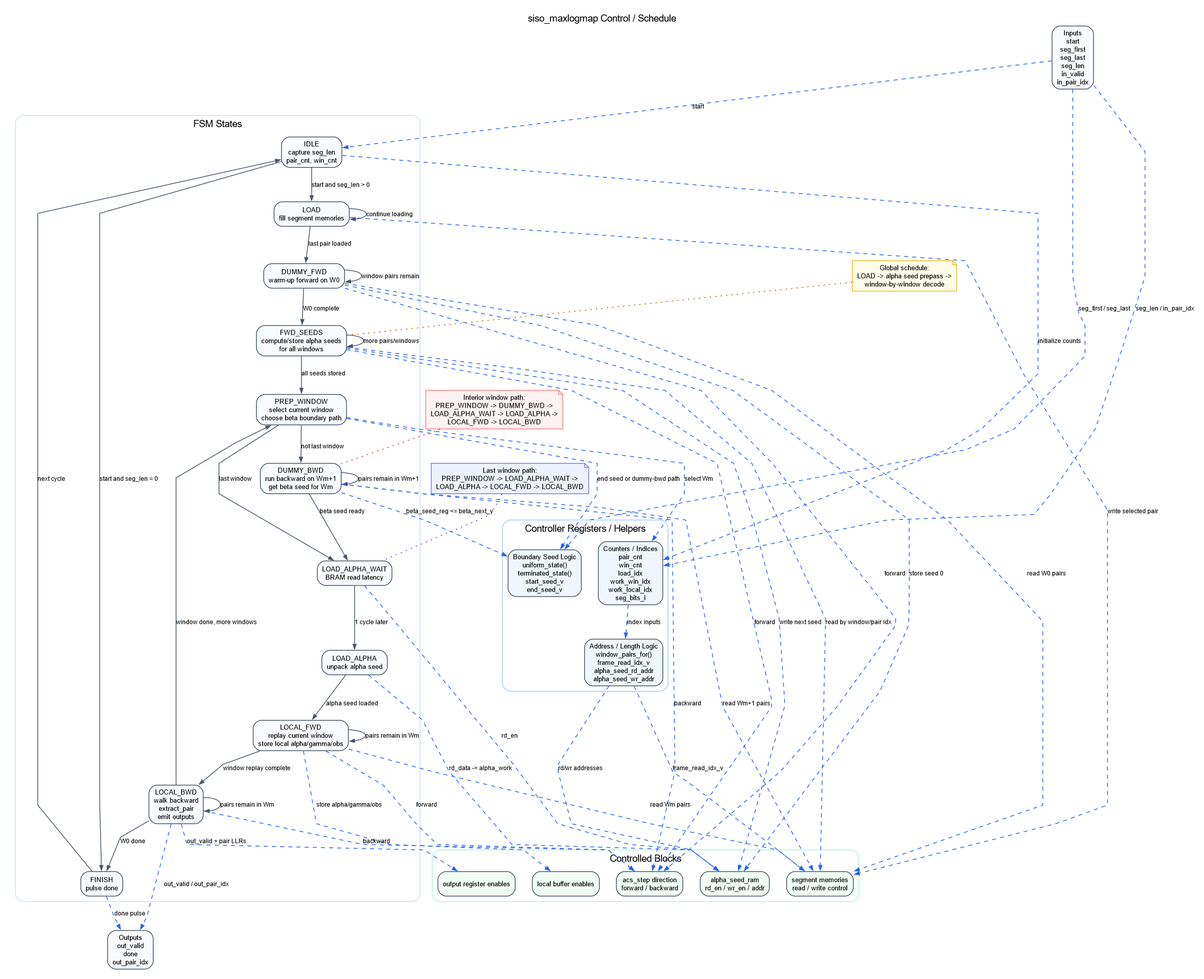
Before: architecture_exports/siso_maxlogmap/SISO_MAXLOGMAP_CONTROL.png, a diagram exported from Graphviz (HarshithaModekurty/Parallel-Turbo-Decoder-ASIC-for-3GPP-LTE). Its source is kept beside it as architecture_exports/siso_maxlogmap/SISO_MAXLOGMAP_CONTROL.dot. Its diagram source:
```dot
digraph siso_maxlogmap_control {
  graph [
    rankdir=TB,
    splines=polyline,
    nodesep=0.35,
    ranksep=0.55,
    pad=0.2,
    bgcolor="white",
    fontname="Helvetica",
    labelloc="t",
    label="siso_maxlogmap Control / Schedule"
  ];

  node [
    shape=box,
    style="rounded,filled",
    fillcolor="white",
    color="#334155",
    fontname="Helvetica",
    fontsize=10,
    margin="0.10,0.06"
  ];

  edge [
    color="#475569",
    arrowsize=0.7,
    penwidth=1.1,
    fontname="Helvetica",
    fontsize=9
  ];

  ctrl_in [label="Inputs\nstart\nseg_first\nseg_last\nseg_len\nin_valid\nin_pair_idx", fillcolor="#F8FAFC"];
  done_out [label="Outputs\nout_valid\ndone\nout_pair_idx", fillcolor="#F8FAFC"];

  subgraph cluster_ctrl {
    label="Controller Registers / Helpers";
    color="#93C5FD";
    style="rounded";

    idxs [label="Counters / Indices\npair_cnt\nwin_cnt\nload_idx\nwork_win_idx\nwork_local_idx\nseg_bits_i", fillcolor="#EFF6FF"];
    boundary [label="Boundary Seed Logic\nuniform_state()\nterminated_state()\nstart_seed_v\nend_seed_v", fillcolor="#EFF6FF"];
    addrgen [label="Address / Length Logic\nwindow_pairs_for()\nframe_read_idx_v\nalpha_seed_rd_addr\nalpha_seed_wr_addr", fillcolor="#EFF6FF"];
  }

  subgraph cluster_states {
    label="FSM States";
    color="#BFDBFE";
    style="rounded";

    idle [label="IDLE\ncapture seg_len\npair_cnt, win_cnt", fillcolor="#F8FBFF"];
    load [label="LOAD\nfill segment memories", fillcolor="#F8FBFF"];
    dummy_fwd [label="DUMMY_FWD\nwarm-up forward on W0", fillcolor="#F8FBFF"];
    fwd_seeds [label="FWD_SEEDS\ncompute/store alpha seeds\nfor all windows", fillcolor="#F8FBFF"];
    prep_window [label="PREP_WINDOW\nselect current window\nchoose beta boundary path", fillcolor="#F8FBFF"];
    dummy_bwd [label="DUMMY_BWD\nrun backward on Wm+1\nget beta seed for Wm", fillcolor="#F8FBFF"];
    load_alpha_wait [label="LOAD_ALPHA_WAIT\nBRAM read latency", fillcolor="#F8FBFF"];
    load_alpha [label="LOAD_ALPHA\nunpack alpha seed", fillcolor="#F8FBFF"];
    local_fwd [label="LOCAL_FWD\nreplay current window\nstore local alpha/gamma/obs", fillcolor="#F8FBFF"];
    local_bwd [label="LOCAL_BWD\nwalk backward\nextract_pair\nemit outputs", fillcolor="#F8FBFF"];
    finish [label="FINISH\npulse done", fillcolor="#F8FBFF"];
  }

  subgraph cluster_actions {
    label="Controlled Blocks";
    color="#A7F3D0";
    style="rounded";

    frame_mem [label="segment memories\nread / write control", fillcolor="#F0FDF4"];
    alpha_seed_ram [label="alpha_seed_ram\nrd_en / wr_en / addr", fillcolor="#F0FDF4"];
    acs_dir [label="acs_step direction\nforward / backward", fillcolor="#F0FDF4"];
    local_buf [label="local buffer enables", fillcolor="#F0FDF4"];
    out_ctrl [label="output register enables", fillcolor="#F0FDF4"];
  }

  note0 [shape=note, fillcolor="#FEFCE8", color="#EAB308", label="Global schedule:\nLOAD -> alpha seed prepass ->\nwindow-by-window decode"];
  note1 [shape=note, fillcolor="#FEF2F2", color="#F87171", label="Interior window path:\nPREP_WINDOW -> DUMMY_BWD ->\nLOAD_ALPHA_WAIT -> LOAD_ALPHA ->\nLOCAL_FWD -> LOCAL_BWD"];
  note2 [shape=note, fillcolor="#EEF2FF", color="#6366F1", label="Last window path:\nPREP_WINDOW -> LOAD_ALPHA_WAIT ->\nLOAD_ALPHA -> LOCAL_FWD -> LOCAL_BWD"];

  ctrl_in -> idle [style=dashed, color="#2563EB", label="start"];
  ctrl_in -> boundary [style=dashed, color="#2563EB", label="seg_first / seg_last"];
  ctrl_in -> idxs [style=dashed, color="#2563EB", label="seg_len / in_pair_idx"];

  idle -> load [label="start and seg_len > 0"];
  idle -> finish [label="start and seg_len = 0"];
  load -> load [label="continue loading"];
  load -> dummy_fwd [label="last pair loaded"];
  dummy_fwd -> dummy_fwd [label="window pairs remain"];
  dummy_fwd -> fwd_seeds [label="W0 complete"];
  fwd_seeds -> fwd_seeds [label="more pairs/windows"];
  fwd_seeds -> prep_window [label="all seeds stored"];
  prep_window -> dummy_bwd [label="not last window"];
  prep_window -> load_alpha_wait [label="last window"];
  dummy_bwd -> dummy_bwd [label="pairs remain in Wm+1"];
  dummy_bwd -> load_alpha_wait [label="beta seed ready"];
  load_alpha_wait -> load_alpha [label="1 cycle later"];
  load_alpha -> local_fwd [label="alpha seed loaded"];
  local_fwd -> local_fwd [label="pairs remain in Wm"];
  local_fwd -> local_bwd [label="window replay complete"];
  local_bwd -> local_bwd [label="pairs remain in Wm"];
  local_bwd -> prep_window [label="window done, more windows"];
  local_bwd -> finish [label="W0 done"];
  finish -> idle [label="next cycle"];

  idle -> idxs [style=dashed, color="#2563EB", label="initialize counts"];
  load -> frame_mem [style=dashed, color="#2563EB", label="write selected pair"];
  dummy_fwd -> frame_mem [style=dashed, color="#2563EB", label="read W0 pairs"];
  dummy_fwd -> acs_dir [style=dashed, color="#2563EB", label="forward"];
  dummy_fwd -> alpha_seed_ram [style=dashed, color="#2563EB", label="store seed 0"];

  fwd_seeds -> frame_mem [style=dashed, color="#2563EB", label="read by window/pair idx"];
  fwd_seeds -> acs_dir [style=dashed, color="#2563EB", label="forward"];
  fwd_seeds -> alpha_seed_ram [style=dashed, color="#2563EB", label="write next seed"];

  prep_window -> idxs [style=dashed, color="#2563EB", label="select Wm"];
  prep_window -> boundary [style=dashed, color="#2563EB", label="end seed or dummy-bwd path"];
  dummy_bwd -> frame_mem [style=dashed, color="#2563EB", label="read Wm+1 pairs"];
  dummy_bwd -> acs_dir [style=dashed, color="#2563EB", label="backward"];
  dummy_bwd -> boundary [style=dashed, color="#2563EB", label="beta_seed_reg <= beta_next_v"];

  load_alpha_wait -> alpha_seed_ram [style=dashed, color="#2563EB", label="rd_en"];
  load_alpha -> alpha_seed_ram [style=dashed, color="#2563EB", label="rd_data -> alpha_work"];

  local_fwd -> frame_mem [style=dashed, color="#2563EB", label="read Wm pairs"];
  local_fwd -> acs_dir [style=dashed, color="#2563EB", label="forward"];
  local_fwd -> local_buf [style=dashed, color="#2563EB", label="store alpha/gamma/obs"];

  local_bwd -> acs_dir [style=dashed, color="#2563EB", label="backward"];
  local_bwd -> out_ctrl [style=dashed, color="#2563EB", label="out_valid + pair LLRs"];
  finish -> done_out [style=dashed, color="#2563EB", label="done pulse"];
  local_bwd -> done_out [style=dashed, color="#2563EB", label="out_valid / out_pair_idx"];

  idxs -> addrgen [style=dashed, color="#2563EB", label="index inputs"];
  addrgen -> frame_mem [style=dashed, color="#2563EB", label="frame_read_idx_v"];
  addrgen -> alpha_seed_ram [style=dashed, color="#2563EB", label="rd/wr addresses"];

  note0 -> fwd_seeds [style=dotted, arrowhead=none, color="#A16207"];
  note1 -> dummy_bwd [style=dotted, arrowhead=none, color="#DC2626"];
  note2 -> load_alpha_wait [style=dotted, arrowhead=none, color="#4F46E5"];
}
```
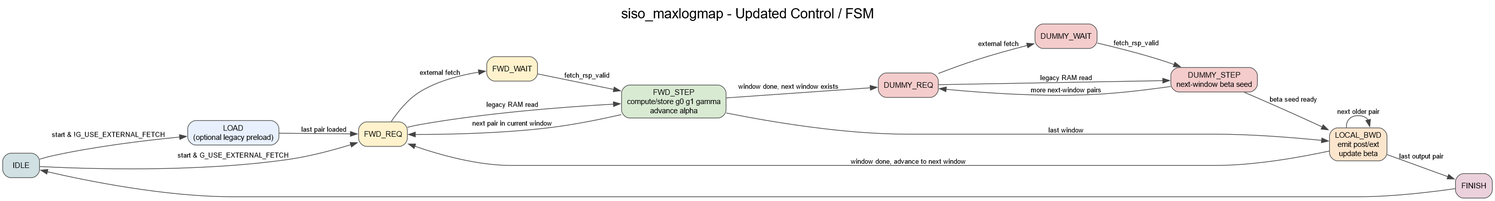
Above is the later version.

Diff of the diagram source:
```diff
@@ -1,139 +1,36 @@
-digraph siso_maxlogmap_control {
-  graph [
-    rankdir=TB,
-    splines=polyline,
-    nodesep=0.35,
-    ranksep=0.55,
-    pad=0.2,
-    bgcolor="white",
-    fontname="Helvetica",
-    labelloc="t",
-    label="siso_maxlogmap Control / Schedule"
-  ];
+digraph G {
+  rankdir=LR;
+  graph [labelloc=t, fontsize=20, fontname="Helvetica", label="siso_maxlogmap - Updated Control / FSM"];
+  node [shape=box, style="rounded,filled", fontname="Helvetica", fontsize=11, fillcolor="#f8f6ef", color="#555555"];
+  edge [fontname="Helvetica", fontsize=10, color="#444444"];
 
-  node [
-    shape=box,
-    style="rounded,filled",
-    fillcolor="white",
-    color="#334155",
-    fontname="Helvetica",
-    fontsize=10,
-    margin="0.10,0.06"
-  ];
+  IDLE [fillcolor="#d0e0e3"];
+  LOAD [fillcolor="#e8f0fe", label="LOAD\n(optional legacy preload)"];
+  FWD_REQ [fillcolor="#fff2cc"];
+  FWD_WAIT [fillcolor="#fff2cc"];
+  FWD_STEP [fillcolor="#d9ead3", label="FWD_STEP\ncompute/store g0 g1 gamma\nadvance alpha"];
+  DUMMY_REQ [fillcolor="#f4cccc"];
+  DUMMY_WAIT [fillcolor="#f4cccc"];
+  DUMMY_STEP [fillcolor="#f4cccc", label="DUMMY_STEP\nnext-window beta seed"];
+  LOCAL_BWD [fillcolor="#fce5cd", label="LOCAL_BWD\nemit post/ext\nupdate beta"];
+  FINISH [fillcolor="#ead1dc"];
 
-  edge [
-    color="#475569",
-    arrowsize=0.7,
-    penwidth=1.1,
-    fontname="Helvetica",
-    fontsize=9
-  ];
-
-  ctrl_in [label="Inputs\nstart\nseg_first\nseg_last\nseg_len\nin_valid\nin_pair_idx", fillcolor="#F8FAFC"];
-  done_out [label="Outputs\nout_valid\ndone\nout_pair_idx", fillcolor="#F8FAFC"];
-
-  subgraph cluster_ctrl {
-    label="Controller Registers / Helpers";
-    color="#93C5FD";
-    style="rounded";
-
-    idxs [label="Counters / Indices\npair_cnt\nwin_cnt\nload_idx\nwork_win_idx\nwork_local_idx\nseg_bits_i", fillcolor="#EFF6FF"];
-    boundary [label="Boundary Seed Logic\nuniform_state()\nterminated_state()\nstart_seed_v\nend_seed_v", fillcolor="#EFF6FF"];
-    addrgen [label="Address / Length Logic\nwindow_pairs_for()\nframe_read_idx_v\nalpha_seed_rd_addr\nalpha_seed_wr_addr", fillcolor="#EFF6FF"];
-  }
-
-  subgraph cluster_states {
-    label="FSM States";
-    color="#BFDBFE";
-    style="rounded";
-
-    idle [label="IDLE\ncapture seg_len\npair_cnt, win_cnt", fillcolor="#F8FBFF"];
-    load [label="LOAD\nfill segment memories", fillcolor="#F8FBFF"];
-    dummy_fwd [label="DUMMY_FWD\nwarm-up forward on W0", fillcolor="#F8FBFF"];
-    fwd_seeds [label="FWD_SEEDS\ncompute/store alpha seeds\nfor all windows", fillcolor="#F8FBFF"];
-    prep_window [label="PREP_WINDOW\nselect current window\nchoose beta boundary path", fillcolor="#F8FBFF"];
-    dummy_bwd [label="DUMMY_BWD\nrun backward on Wm+1\nget beta seed for Wm", fillcolor="#F8FBFF"];
-    load_alpha_wait [label="LOAD_ALPHA_WAIT\nBRAM read latency", fillcolor="#F8FBFF"];
-    load_alpha [label="LOAD_ALPHA\nunpack alpha seed", fillcolor="#F8FBFF"];
-    local_fwd [label="LOCAL_FWD\nreplay current window\nstore local alpha/gamma/obs", fillcolor="#F8FBFF"];
-    local_bwd [label="LOCAL_BWD\nwalk backward\nextract_pair\nemit outputs", fillcolor="#F8FBFF"];
-    finish [label="FINISH\npulse done", fillcolor="#F8FBFF"];
-  }
-
-  subgraph cluster_actions {
-    label="Controlled Blocks";
-    color="#A7F3D0";
-    style="rounded";
-
-    frame_mem [label="segment memories\nread / write control", fillcolor="#F0FDF4"];
-    alpha_seed_ram [label="alpha_seed_ram\nrd_en / wr_en / addr", fillcolor="#F0FDF4"];
-    acs_dir [label="acs_step direction\nforward / backward", fillcolor="#F0FDF4"];
-    local_buf [label="local buffer enables", fillcolor="#F0FDF4"];
-    out_ctrl [label="output register enables", fillcolor="#F0FDF4"];
-  }
-
-  note0 [shape=note, fillcolor="#FEFCE8", color="#EAB308", label="Global schedule:\nLOAD -> alpha seed prepass ->\nwindow-by-window decode"];
-  note1 [shape=note, fillcolor="#FEF2F2", color="#F87171", label="Interior window path:\nPREP_WINDOW -> DUMMY_BWD ->\nLOAD_ALPHA_WAIT -> LOAD_ALPHA ->\nLOCAL_FWD -> LOCAL_BWD"];
-  note2 [shape=note, fillcolor="#EEF2FF", color="#6366F1", label="Last window path:\nPREP_WINDOW -> LOAD_ALPHA_WAIT ->\nLOAD_ALPHA -> LOCAL_FWD -> LOCAL_BWD"];
-
-  ctrl_in -> idle [style=dashed, color="#2563EB", label="start"];
-  ctrl_in -> boundary [style=dashed, color="#2563EB", label="seg_first / seg_last"];
-  ctrl_in -> idxs [style=dashed, color="#2563EB", label="seg_len / in_pair_idx"];
-
-  idle -> load [label="start and seg_len > 0"];
-  idle -> finish [label="start and seg_len = 0"];
-  load -> load [label="continue loading"];
-  load -> dummy_fwd [label="last pair loaded"];
-  dummy_fwd -> dummy_fwd [label="window pairs remain"];
-  dummy_fwd -> fwd_seeds [label="W0 complete"];
-  fwd_seeds -> fwd_seeds [label="more pairs/windows"];
-  fwd_seeds -> prep_window [label="all seeds stored"];
-  prep_window -> dummy_bwd [label="not last window"];
-  prep_window -> load_alpha_wait [label="last window"];
-  dummy_bwd -> dummy_bwd [label="pairs remain in Wm+1"];
-  dummy_bwd -> load_alpha_wait [label="beta seed ready"];
-  load_alpha_wait -> load_alpha [label="1 cycle later"];
-  load_alpha -> local_fwd [label="alpha seed loaded"];
-  local_fwd -> local_fwd [label="pairs remain in Wm"];
-  local_fwd -> local_bwd [label="window replay complete"];
-  local_bwd -> local_bwd [label="pairs remain in Wm"];
-  local_bwd -> prep_window [label="window done, more windows"];
-  local_bwd -> finish [label="W0 done"];
-  finish -> idle [label="next cycle"];
-
-  idle -> idxs [style=dashed, color="#2563EB", label="initialize counts"];
-  load -> frame_mem [style=dashed, color="#2563EB", label="write selected pair"];
-  dummy_fwd -> frame_mem [style=dashed, color="#2563EB", label="read W0 pairs"];
-  dummy_fwd -> acs_dir [style=dashed, color="#2563EB", label="forward"];
-  dummy_fwd -> alpha_seed_ram [style=dashed, color="#2563EB", label="store seed 0"];
-
-  fwd_seeds -> frame_mem [style=dashed, color="#2563EB", label="read by window/pair idx"];
-  fwd_seeds -> acs_dir [style=dashed, color="#2563EB", label="forward"];
-  fwd_seeds -> alpha_seed_ram [style=dashed, color="#2563EB", label="write next seed"];
-
-  prep_window -> idxs [style=dashed, color="#2563EB", label="select Wm"];
-  prep_window -> boundary [style=dashed, color="#2563EB", label="end seed or dummy-bwd path"];
-  dummy_bwd -> frame_mem [style=dashed, color="#2563EB", label="read Wm+1 pairs"];
-  dummy_bwd -> acs_dir [style=dashed, color="#2563EB", label="backward"];
-  dummy_bwd -> boundary [style=dashed, color="#2563EB", label="beta_seed_reg <= beta_next_v"];
-
-  load_alpha_wait -> alpha_seed_ram [style=dashed, color="#2563EB", label="rd_en"];
-  load_alpha -> alpha_seed_ram [style=dashed, color="#2563EB", label="rd_data -> alpha_work"];
-
-  local_fwd -> frame_mem [style=dashed, color="#2563EB", label="read Wm pairs"];
-  local_fwd -> acs_dir [style=dashed, color="#2563EB", label="forward"];
-  local_fwd -> local_buf [style=dashed, color="#2563EB", label="store alpha/gamma/obs"];
-
-  local_bwd -> acs_dir [style=dashed, color="#2563EB", label="backward"];
-  local_bwd -> out_ctrl [style=dashed, color="#2563EB", label="out_valid + pair LLRs"];
-  finish -> done_out [style=dashed, color="#2563EB", label="done pulse"];
-  local_bwd -> done_out [style=dashed, color="#2563EB", label="out_valid / out_pair_idx"];
-
-  idxs -> addrgen [style=dashed, color="#2563EB", label="index inputs"];
-  addrgen -> frame_mem [style=dashed, color="#2563EB", label="frame_read_idx_v"];
-  addrgen -> alpha_seed_ram [style=dashed, color="#2563EB", label="rd/wr addresses"];
-
-  note0 -> fwd_seeds [style=dotted, arrowhead=none, color="#A16207"];
-  note1 -> dummy_bwd [style=dotted, arrowhead=none, color="#DC2626"];
-  note2 -> load_alpha_wait [style=dotted, arrowhead=none, color="#4F46E5"];
+  IDLE -> LOAD [label="start & !G_USE_EXTERNAL_FETCH"];
+  IDLE -> FWD_REQ [label="start & G_USE_EXTERNAL_FETCH"];
+  LOAD -> FWD_REQ [label="last pair loaded"];
+  FWD_REQ -> FWD_WAIT [label="external fetch"];
+  FWD_REQ -> FWD_STEP [label="legacy RAM read"];
+  FWD_WAIT -> FWD_STEP [label="fetch_rsp_valid"];
+  FWD_STEP -> FWD_REQ [label="next pair in current window"];
+  FWD_STEP -> DUMMY_REQ [label="window done, next window exists"];
+  FWD_STEP -> LOCAL_BWD [label="last window"];
+  DUMMY_REQ -> DUMMY_WAIT [label="external fetch"];
+  DUMMY_REQ -> DUMMY_STEP [label="legacy RAM read"];
+  DUMMY_WAIT -> DUMMY_STEP [label="fetch_rsp_valid"];
+  DUMMY_STEP -> DUMMY_REQ [label="more next-window pairs"];
+  DUMMY_STEP -> LOCAL_BWD [label="beta seed ready"];
+  LOCAL_BWD -> LOCAL_BWD [label="next older pair"];
+  LOCAL_BWD -> FWD_REQ [label="window done, advance to next window"];
+  LOCAL_BWD -> FINISH [label="last output pair"];
+  FINISH -> IDLE;
 }
```
